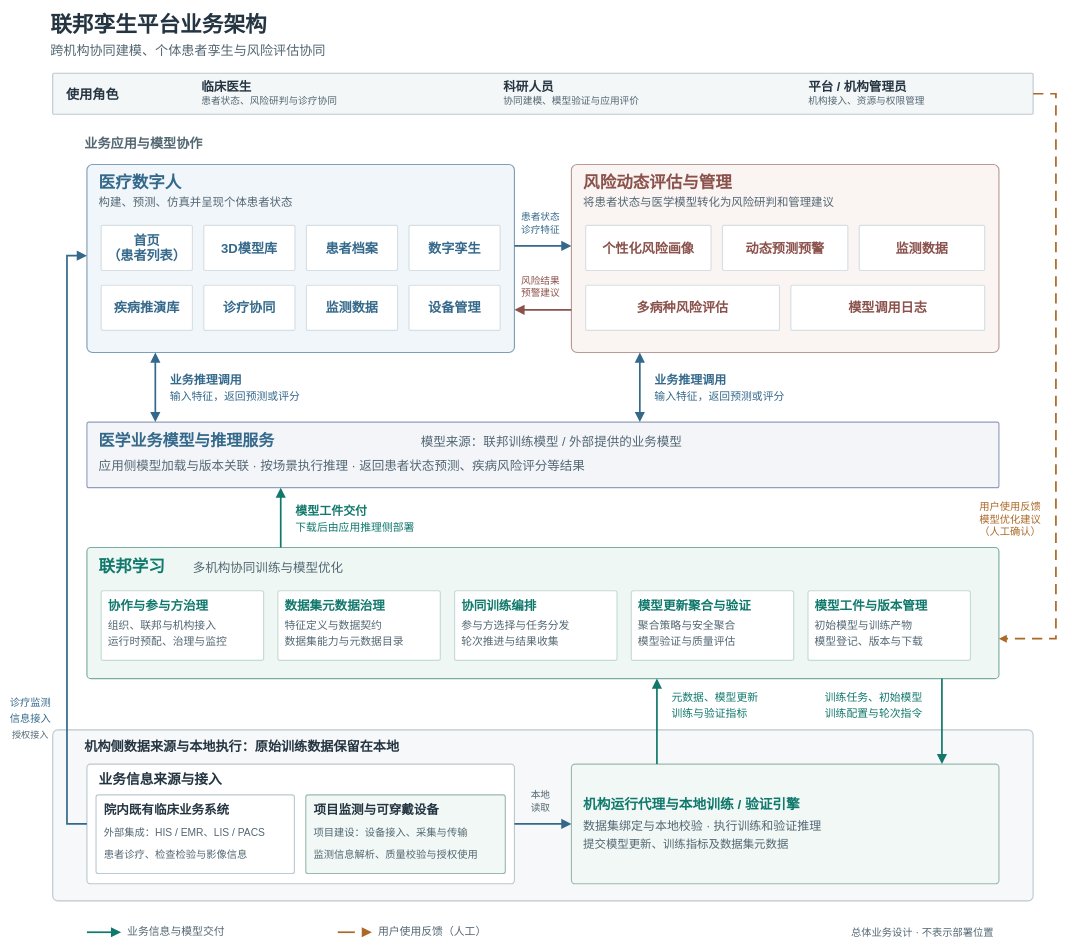
This is docs/438c/merge/figures/federated-twin-business-architecture.drawio from medol-labs/federation-learning, a draw.io file, before an edit. Source tidied: cells renumbered, new cells numbered last; positions are measured from the earlier drawing's top-left corner, leaving out a move shared by most shapes. Both pictures are drawn from the tidied source at 57%, with x=0, y=0 at pixel (50, 10).
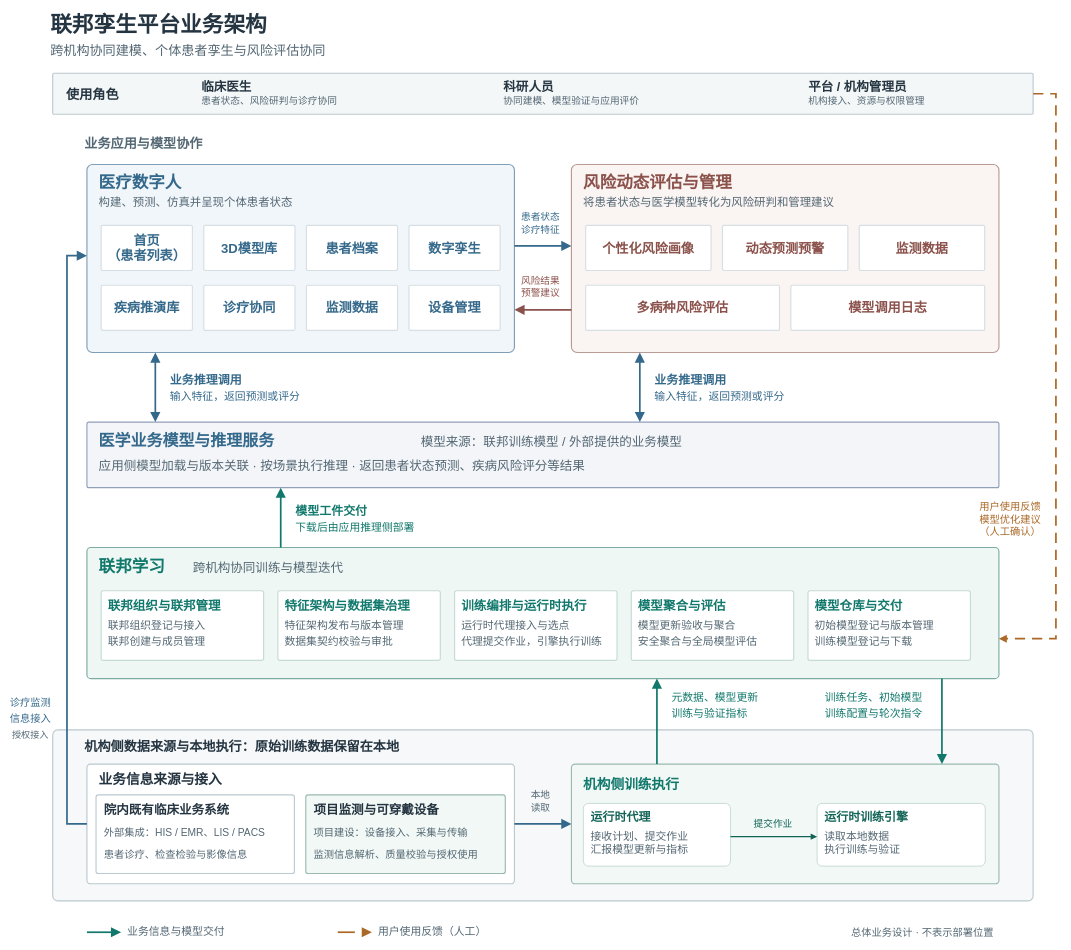
Above is the later version.

The change refers to these unchanged cells:
```xml
<mxCell id="29" style="rounded=1;arcSize=3;whiteSpace=wrap;html=0;fillColor=#EEF7F4;strokeColor=#7AACA2;strokeWidth=2;fontFamily=PingFang SC;fontColor=#243440;" parent="1" vertex="1">
  <mxGeometry x="64" y="943" width="1600" height="230" as="geometry" />
</mxCell>
<mxCell id="32" style="rounded=1;arcSize=3;whiteSpace=wrap;html=0;fillColor=#ffffff;strokeColor=#C6DBD5;strokeWidth=2;fontFamily=PingFang SC;fontColor=#243440;" parent="29" vertex="1">
  <mxGeometry x="25" y="76" width="285" height="122" as="geometry" />
</mxCell>
<mxCell id="36" style="rounded=1;arcSize=3;whiteSpace=wrap;html=0;fillColor=#ffffff;strokeColor=#C6DBD5;strokeWidth=2;fontFamily=PingFang SC;fontColor=#243440;" parent="29" vertex="1">
  <mxGeometry x="335" y="76" width="285" height="122" as="geometry" />
</mxCell>
<mxCell id="40" style="rounded=1;arcSize=3;whiteSpace=wrap;html=0;fillColor=#ffffff;strokeColor=#C6DBD5;strokeWidth=2;fontFamily=PingFang SC;fontColor=#243440;" parent="29" vertex="1">
  <mxGeometry x="645" y="76" width="285" height="122" as="geometry" />
</mxCell>
<mxCell id="44" style="rounded=1;arcSize=3;whiteSpace=wrap;html=0;fillColor=#ffffff;strokeColor=#C6DBD5;strokeWidth=2;fontFamily=PingFang SC;fontColor=#243440;" parent="29" vertex="1">
  <mxGeometry x="955" y="76" width="285" height="122" as="geometry" />
</mxCell>
<mxCell id="48" style="rounded=1;arcSize=3;whiteSpace=wrap;html=0;fillColor=#ffffff;strokeColor=#C6DBD5;strokeWidth=2;fontFamily=PingFang SC;fontColor=#243440;" parent="29" vertex="1">
  <mxGeometry x="1265" y="76" width="285" height="122" as="geometry" />
</mxCell>
<mxCell id="73" style="rounded=1;arcSize=3;whiteSpace=wrap;html=0;fillColor=#F1F8F5;strokeColor=#9BBAAF;strokeWidth=2;fontFamily=PingFang SC;fontColor=#243440;" parent="61" vertex="1">
  <mxGeometry x="910" y="60" width="750" height="210" as="geometry" />
</mxCell>
```

What changed in the source:
```diff
@@
-    <mxCell id="31" value="多机构协同训练与模型优化" style="text;html=0;whiteSpace=wrap;overflow=visible;align=left;verticalAlign=middle;fontFamily=PingFang SC;fontSize=22;fontColor=#536773;fontStyle=0;strokeColor=none;fillColor=none;spacing=0;" parent="29" vertex="1">
+    <mxCell id="31" value="跨机构协同训练与模型迭代" style="text;html=0;whiteSpace=wrap;overflow=visible;align=left;verticalAlign=middle;fontFamily=PingFang SC;fontSize=22;fontColor=#536773;fontStyle=0;strokeColor=none;fillColor=none;spacing=0;" parent="29" vertex="1">
       <mxGeometry x="186" y="21.3" width="272" height="29.7" as="geometry" />
     </mxCell>
@@
-    <mxCell id="33" value="协作与参与方治理" style="text;html=0;whiteSpace=wrap;overflow=visible;align=left;verticalAlign=middle;fontFamily=PingFang SC;fontSize=22;fontColor=#11786C;fontStyle=1;strokeColor=none;fillColor=none;spacing=0;" parent="32" vertex="1">
-      <mxGeometry x="12" y="12.3" width="184" height="29.7" as="geometry" />
+    <mxCell id="33" value="联邦组织与联邦管理" style="text;html=0;whiteSpace=wrap;overflow=visible;align=left;verticalAlign=middle;fontFamily=PingFang SC;fontSize=22;fontColor=#11786C;fontStyle=1;strokeColor=none;fillColor=none;spacing=0;" parent="32" vertex="1">
+      <mxGeometry x="12" y="12.3" width="255" height="29.7" as="geometry" />
     </mxCell>
-    <mxCell id="34" value="组织、联邦与机构接入" style="text;html=0;whiteSpace=wrap;overflow=visible;align=left;verticalAlign=middle;fontFamily=PingFang SC;fontSize=19;fontColor=#536773;fontStyle=0;strokeColor=none;fillColor=none;spacing=0;" parent="32" vertex="1">
-      <mxGeometry x="12" y="49.4" width="198" height="25.6" as="geometry" />
+    <mxCell id="34" value="联邦组织登记与接入" style="text;html=0;whiteSpace=wrap;overflow=visible;align=left;verticalAlign=middle;fontFamily=PingFang SC;fontSize=19;fontColor=#536773;fontStyle=0;strokeColor=none;fillColor=none;spacing=0;" parent="32" vertex="1">
+      <mxGeometry x="12" y="49.4" width="255" height="25.6" as="geometry" />
     </mxCell>
-    <mxCell id="35" value="运行时预配、治理与监控" style="text;html=0;whiteSpace=wrap;overflow=visible;align=left;verticalAlign=middle;fontFamily=PingFang SC;fontSize=19;fontColor=#536773;fontStyle=0;strokeColor=none;fillColor=none;spacing=0;" parent="32" vertex="1">
-      <mxGeometry x="12" y="77.4" width="217" height="25.6" as="geometry" />
+    <mxCell id="35" value="联邦创建与成员管理" style="text;html=0;whiteSpace=wrap;overflow=visible;align=left;verticalAlign=middle;fontFamily=PingFang SC;fontSize=19;fontColor=#536773;fontStyle=0;strokeColor=none;fillColor=none;spacing=0;" parent="32" vertex="1">
+      <mxGeometry x="12" y="77.4" width="255" height="25.6" as="geometry" />
     </mxCell>
@@
-    <mxCell id="37" value="数据集元数据治理" style="text;html=0;whiteSpace=wrap;overflow=visible;align=left;verticalAlign=middle;fontFamily=PingFang SC;fontSize=22;fontColor=#11786C;fontStyle=1;strokeColor=none;fillColor=none;spacing=0;" parent="36" vertex="1">
-      <mxGeometry x="12" y="12.3" width="184" height="29.7" as="geometry" />
+    <mxCell id="37" value="特征架构与数据集治理" style="text;html=0;whiteSpace=wrap;overflow=visible;align=left;verticalAlign=middle;fontFamily=PingFang SC;fontSize=22;fontColor=#11786C;fontStyle=1;strokeColor=none;fillColor=none;spacing=0;" parent="36" vertex="1">
+      <mxGeometry x="12" y="12.3" width="255" height="29.7" as="geometry" />
     </mxCell>
-    <mxCell id="38" value="特征定义与数据契约" style="text;html=0;whiteSpace=wrap;overflow=visible;align=left;verticalAlign=middle;fontFamily=PingFang SC;fontSize=19;fontColor=#536773;fontStyle=0;strokeColor=none;fillColor=none;spacing=0;" parent="36" vertex="1">
-      <mxGeometry x="12" y="49.4" width="179" height="25.6" as="geometry" />
+    <mxCell id="38" value="特征架构发布与版本管理" style="text;html=0;whiteSpace=wrap;overflow=visible;align=left;verticalAlign=middle;fontFamily=PingFang SC;fontSize=19;fontColor=#536773;fontStyle=0;strokeColor=none;fillColor=none;spacing=0;" parent="36" vertex="1">
+      <mxGeometry x="12" y="49.4" width="255" height="25.6" as="geometry" />
     </mxCell>
-    <mxCell id="39" value="数据集能力与元数据目录" style="text;html=0;whiteSpace=wrap;overflow=visible;align=left;verticalAlign=middle;fontFamily=PingFang SC;fontSize=19;fontColor=#536773;fontStyle=0;strokeColor=none;fillColor=none;spacing=0;" parent="36" vertex="1">
-      <mxGeometry x="12" y="77.4" width="217" height="25.6" as="geometry" />
+    <mxCell id="39" value="数据集契约校验与审批" style="text;html=0;whiteSpace=wrap;overflow=visible;align=left;verticalAlign=middle;fontFamily=PingFang SC;fontSize=19;fontColor=#536773;fontStyle=0;strokeColor=none;fillColor=none;spacing=0;" parent="36" vertex="1">
+      <mxGeometry x="12" y="77.4" width="255" height="25.6" as="geometry" />
     </mxCell>
@@
-    <mxCell id="41" value="协同训练编排" style="text;html=0;whiteSpace=wrap;overflow=visible;align=left;verticalAlign=middle;fontFamily=PingFang SC;fontSize=22;fontColor=#11786C;fontStyle=1;strokeColor=none;fillColor=none;spacing=0;" parent="40" vertex="1">
-      <mxGeometry x="12" y="12.3" width="140" height="29.7" as="geometry" />
+    <mxCell id="41" value="训练编排与运行时执行" style="text;html=0;whiteSpace=wrap;overflow=visible;align=left;verticalAlign=middle;fontFamily=PingFang SC;fontSize=22;fontColor=#11786C;fontStyle=1;strokeColor=none;fillColor=none;spacing=0;" parent="40" vertex="1">
+      <mxGeometry x="12" y="12.3" width="255" height="29.7" as="geometry" />
     </mxCell>
-    <mxCell id="42" value="参与方选择与任务分发" style="text;html=0;whiteSpace=wrap;overflow=visible;align=left;verticalAlign=middle;fontFamily=PingFang SC;fontSize=19;fontColor=#536773;fontStyle=0;strokeColor=none;fillColor=none;spacing=0;" parent="40" vertex="1">
-      <mxGeometry x="12" y="49.4" width="198" height="25.6" as="geometry" />
+    <mxCell id="42" value="运行时代理接入与选点" style="text;html=0;whiteSpace=wrap;overflow=visible;align=left;verticalAlign=middle;fontFamily=PingFang SC;fontSize=19;fontColor=#536773;fontStyle=0;strokeColor=none;fillColor=none;spacing=0;" parent="40" vertex="1">
+      <mxGeometry x="12" y="49.4" width="255" height="25.6" as="geometry" />
     </mxCell>
-    <mxCell id="43" value="轮次推进与结果收集" style="text;html=0;whiteSpace=wrap;overflow=visible;align=left;verticalAlign=middle;fontFamily=PingFang SC;fontSize=19;fontColor=#536773;fontStyle=0;strokeColor=none;fillColor=none;spacing=0;" parent="40" vertex="1">
-      <mxGeometry x="12" y="77.4" width="179" height="25.6" as="geometry" />
+    <mxCell id="43" value="代理提交作业，引擎执行训练" style="text;html=0;whiteSpace=wrap;overflow=visible;align=left;verticalAlign=middle;fontFamily=PingFang SC;fontSize=19;fontColor=#536773;fontStyle=0;strokeColor=none;fillColor=none;spacing=0;" parent="40" vertex="1">
+      <mxGeometry x="12" y="77.4" width="255" height="25.6" as="geometry" />
     </mxCell>
@@
-    <mxCell id="45" value="模型更新聚合与验证" style="text;html=0;whiteSpace=wrap;overflow=visible;align=left;verticalAlign=middle;fontFamily=PingFang SC;fontSize=22;fontColor=#11786C;fontStyle=1;strokeColor=none;fillColor=none;spacing=0;" parent="44" vertex="1">
-      <mxGeometry x="12" y="12.3" width="206" height="29.7" as="geometry" />
+    <mxCell id="45" value="模型聚合与评估" style="text;html=0;whiteSpace=wrap;overflow=visible;align=left;verticalAlign=middle;fontFamily=PingFang SC;fontSize=22;fontColor=#11786C;fontStyle=1;strokeColor=none;fillColor=none;spacing=0;" parent="44" vertex="1">
+      <mxGeometry x="12" y="12.3" width="255" height="29.7" as="geometry" />
     </mxCell>
-    <mxCell id="46" value="聚合策略与安全聚合" style="text;html=0;whiteSpace=wrap;overflow=visible;align=left;verticalAlign=middle;fontFamily=PingFang SC;fontSize=19;fontColor=#536773;fontStyle=0;strokeColor=none;fillColor=none;spacing=0;" parent="44" vertex="1">
-      <mxGeometry x="12" y="49.4" width="179" height="25.6" as="geometry" />
+    <mxCell id="46" value="模型更新验收与聚合" style="text;html=0;whiteSpace=wrap;overflow=visible;align=left;verticalAlign=middle;fontFamily=PingFang SC;fontSize=19;fontColor=#536773;fontStyle=0;strokeColor=none;fillColor=none;spacing=0;" parent="44" vertex="1">
+      <mxGeometry x="12" y="49.4" width="255" height="25.6" as="geometry" />
     </mxCell>
-    <mxCell id="47" value="模型验证与质量评估" style="text;html=0;whiteSpace=wrap;overflow=visible;align=left;verticalAlign=middle;fontFamily=PingFang SC;fontSize=19;fontColor=#536773;fontStyle=0;strokeColor=none;fillColor=none;spacing=0;" parent="44" vertex="1">
-      <mxGeometry x="12" y="77.4" width="179" height="25.6" as="geometry" />
+    <mxCell id="47" value="安全聚合与全局模型评估" style="text;html=0;whiteSpace=wrap;overflow=visible;align=left;verticalAlign=middle;fontFamily=PingFang SC;fontSize=19;fontColor=#536773;fontStyle=0;strokeColor=none;fillColor=none;spacing=0;" parent="44" vertex="1">
+      <mxGeometry x="12" y="77.4" width="255" height="25.6" as="geometry" />
     </mxCell>
@@
-    <mxCell id="49" value="模型工件与版本管理" style="text;html=0;whiteSpace=wrap;overflow=visible;align=left;verticalAlign=middle;fontFamily=PingFang SC;fontSize=22;fontColor=#11786C;fontStyle=1;strokeColor=none;fillColor=none;spacing=0;" parent="48" vertex="1">
-      <mxGeometry x="12" y="12.3" width="206" height="29.7" as="geometry" />
+    <mxCell id="49" value="模型仓库与交付" style="text;html=0;whiteSpace=wrap;overflow=visible;align=left;verticalAlign=middle;fontFamily=PingFang SC;fontSize=22;fontColor=#11786C;fontStyle=1;strokeColor=none;fillColor=none;spacing=0;" parent="48" vertex="1">
+      <mxGeometry x="12" y="12.3" width="255" height="29.7" as="geometry" />
     </mxCell>
-    <mxCell id="50" value="初始模型与训练产物" style="text;html=0;whiteSpace=wrap;overflow=visible;align=left;verticalAlign=middle;fontFamily=PingFang SC;fontSize=19;fontColor=#536773;fontStyle=0;strokeColor=none;fillColor=none;spacing=0;" parent="48" vertex="1">
-      <mxGeometry x="12" y="49.4" width="179" height="25.6" as="geometry" />
+    <mxCell id="50" value="初始模型登记与版本管理" style="text;html=0;whiteSpace=wrap;overflow=visible;align=left;verticalAlign=middle;fontFamily=PingFang SC;fontSize=19;fontColor=#536773;fontStyle=0;strokeColor=none;fillColor=none;spacing=0;" parent="48" vertex="1">
+      <mxGeometry x="12" y="49.4" width="255" height="25.6" as="geometry" />
     </mxCell>
-    <mxCell id="51" value="模型登记、版本与下载" style="text;html=0;whiteSpace=wrap;overflow=visible;align=left;verticalAlign=middle;fontFamily=PingFang SC;fontSize=19;fontColor=#536773;fontStyle=0;strokeColor=none;fillColor=none;spacing=0;" parent="48" vertex="1">
-      <mxGeometry x="12" y="77.4" width="198" height="25.6" as="geometry" />
+    <mxCell id="51" value="训练模型登记与下载" style="text;html=0;whiteSpace=wrap;overflow=visible;align=left;verticalAlign=middle;fontFamily=PingFang SC;fontSize=19;fontColor=#536773;fontStyle=0;strokeColor=none;fillColor=none;spacing=0;" parent="48" vertex="1">
+      <mxGeometry x="12" y="77.4" width="255" height="25.6" as="geometry" />
     </mxCell>
@@
-    <mxCell id="74" value="机构运行代理与本地训练 / 验证引擎" style="text;html=0;whiteSpace=wrap;overflow=visible;align=left;verticalAlign=middle;fontFamily=PingFang SC;fontSize=24;fontColor=#11786C;fontStyle=1;strokeColor=none;fillColor=none;spacing=0;" parent="73" vertex="1">
-      <mxGeometry x="21" y="54.3" width="396" height="32.4" as="geometry" />
+    <mxCell id="74" value="机构侧训练执行" style="text;html=0;whiteSpace=wrap;overflow=visible;align=left;verticalAlign=middle;fontFamily=PingFang SC;fontSize=24;fontColor=#11786C;fontStyle=1;strokeColor=none;fillColor=none;spacing=0;" parent="73" vertex="1">
+      <mxGeometry x="21" y="19" width="550" height="34" as="geometry" />
     </mxCell>
-    <mxCell id="75" value="数据集绑定与本地校验 · 执行训练和验证推理" style="text;html=0;whiteSpace=wrap;overflow=visible;align=left;verticalAlign=middle;fontFamily=PingFang SC;fontSize=21;fontColor=#536773;fontStyle=0;strokeColor=none;fillColor=none;spacing=0;" parent="73" vertex="1">
-      <mxGeometry x="21" y="94.4" width="431.5" height="28.4" as="geometry" />
-    </mxCell>
-    <mxCell id="76" value="提交模型更新、训练指标及数据集元数据" style="text;html=0;whiteSpace=wrap;overflow=visible;align=left;verticalAlign=middle;fontFamily=PingFang SC;fontSize=20;fontColor=#536773;fontStyle=0;strokeColor=none;fillColor=none;spacing=0;" parent="73" vertex="1">
-      <mxGeometry x="21" y="126.4" width="368" height="27" as="geometry" />
-    </mxCell>
@@
+    <mxCell id="110" style="fontFamily=PingFang SC;html=0;whiteSpace=wrap;rounded=1;arcSize=8;strokeColor=#A8C4BD;fillColor=#FFFFFF;" parent="73" vertex="1">
+      <mxGeometry x="21" y="69" width="258" height="110" as="geometry" />
+    </mxCell>
+    <mxCell id="111" style="fontFamily=PingFang SC;html=0;whiteSpace=wrap;rounded=1;arcSize=8;strokeColor=#A8C4BD;fillColor=#FFFFFF;" parent="73" vertex="1">
+      <mxGeometry x="431" y="69" width="295" height="110" as="geometry" />
+    </mxCell>
+    <mxCell id="112" value="运行时代理" style="fontFamily=PingFang SC;html=0;whiteSpace=wrap;text;overflow=visible;align=left;verticalAlign=middle;fontSize=21;fontColor=#126356;fontStyle=1;strokeColor=none;fillColor=none;spacing=0;" parent="110" vertex="1">
+      <mxGeometry x="13" y="10" width="230" height="27" as="geometry" />
+    </mxCell>
+    <mxCell id="113" value="接收计划、提交作业&#10;汇报模型更新与指标" style="fontFamily=PingFang SC;html=0;whiteSpace=wrap;text;overflow=visible;align=left;verticalAlign=middle;fontSize=19;fontColor=#536773;fontStyle=0;strokeColor=none;fillColor=none;spacing=0;" parent="110" vertex="1">
+      <mxGeometry x="13" y="42" width="230" height="55" as="geometry" />
+    </mxCell>
+    <mxCell id="114" value="运行时训练引擎" style="fontFamily=PingFang SC;html=0;whiteSpace=wrap;text;overflow=visible;align=left;verticalAlign=middle;fontSize=21;fontColor=#126356;fontStyle=1;strokeColor=none;fillColor=none;spacing=0;" parent="111" vertex="1">
+      <mxGeometry x="13" y="10" width="266" height="27" as="geometry" />
+    </mxCell>
+    <mxCell id="115" value="读取本地数据&#10;执行训练与验证" style="fontFamily=PingFang SC;html=0;whiteSpace=wrap;text;overflow=visible;align=left;verticalAlign=middle;fontSize=19;fontColor=#536773;fontStyle=0;strokeColor=none;fillColor=none;spacing=0;" parent="111" vertex="1">
+      <mxGeometry x="13" y="42" width="266" height="55" as="geometry" />
+    </mxCell>
+    <mxCell id="116" style="edgeStyle=orthogonalEdgeStyle;rounded=0;strokeColor=#126356;strokeWidth=2;endArrow=block;endFill=1;exitX=1;exitY=0.53;entryX=0;entryY=0.53;" parent="1" edge="1" source="110" target="111">
+      <mxGeometry relative="1" as="geometry" />
+    </mxCell>
+    <mxCell id="117" value="提交作业" style="fontFamily=PingFang SC;html=0;whiteSpace=wrap;text;overflow=visible;align=center;verticalAlign=middle;fontSize=17;fontColor=#126356;fontStyle=0;strokeColor=none;fillColor=none;spacing=0;" parent="73" vertex="1">
+      <mxGeometry x="285" y="91" width="138" height="30" as="geometry" />
+    </mxCell>
```
